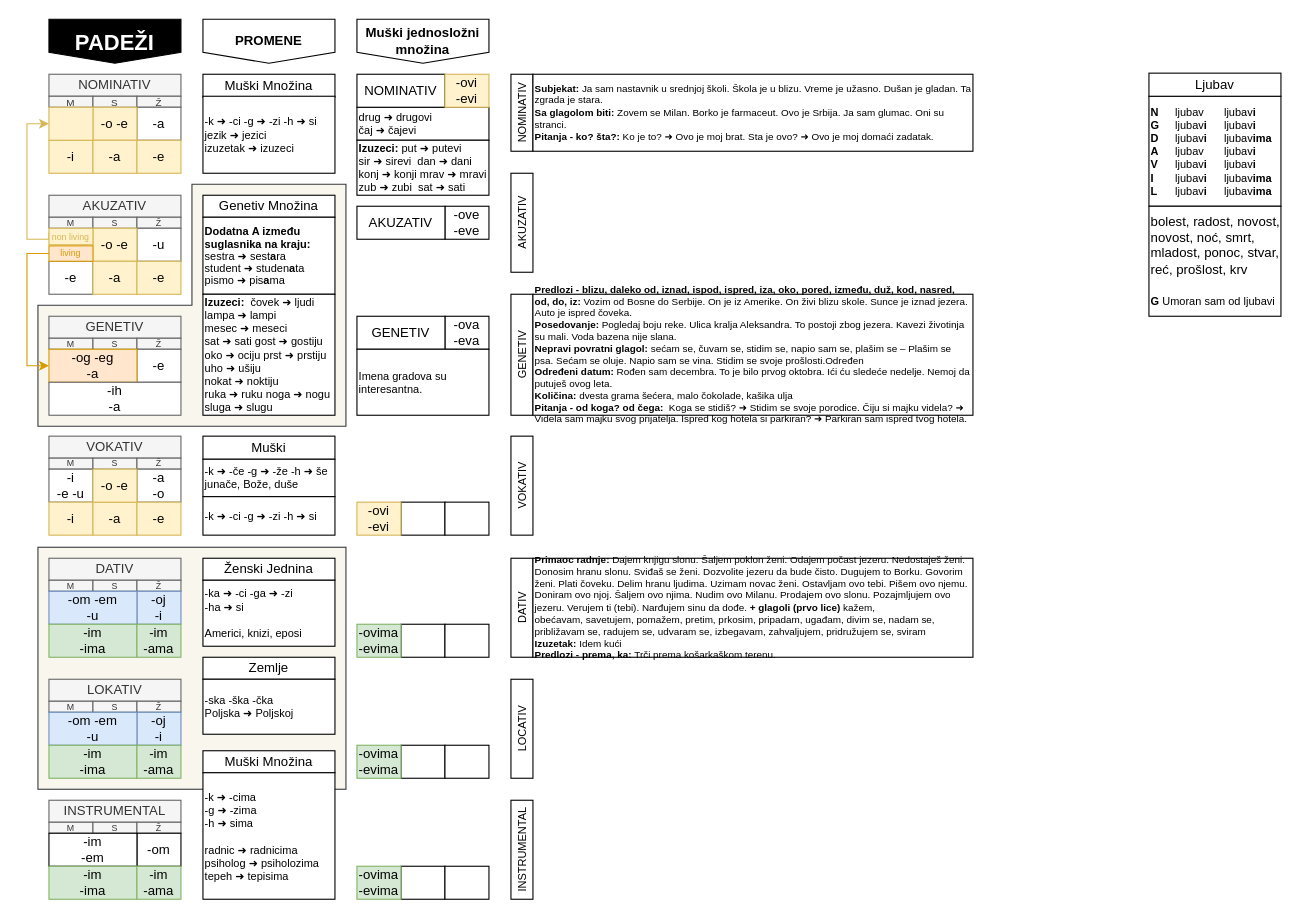
Before: padezi.drawio in vlandivir/srpski, a draw.io diagram. Source tidied: cells renumbered, new cells numbered last; positions are measured from the earlier drawing's top-left corner, leaving out a move shared by most shapes. Both pictures are drawn from the tidied source at 110%, with x=0, y=0 at pixel (26, 19).
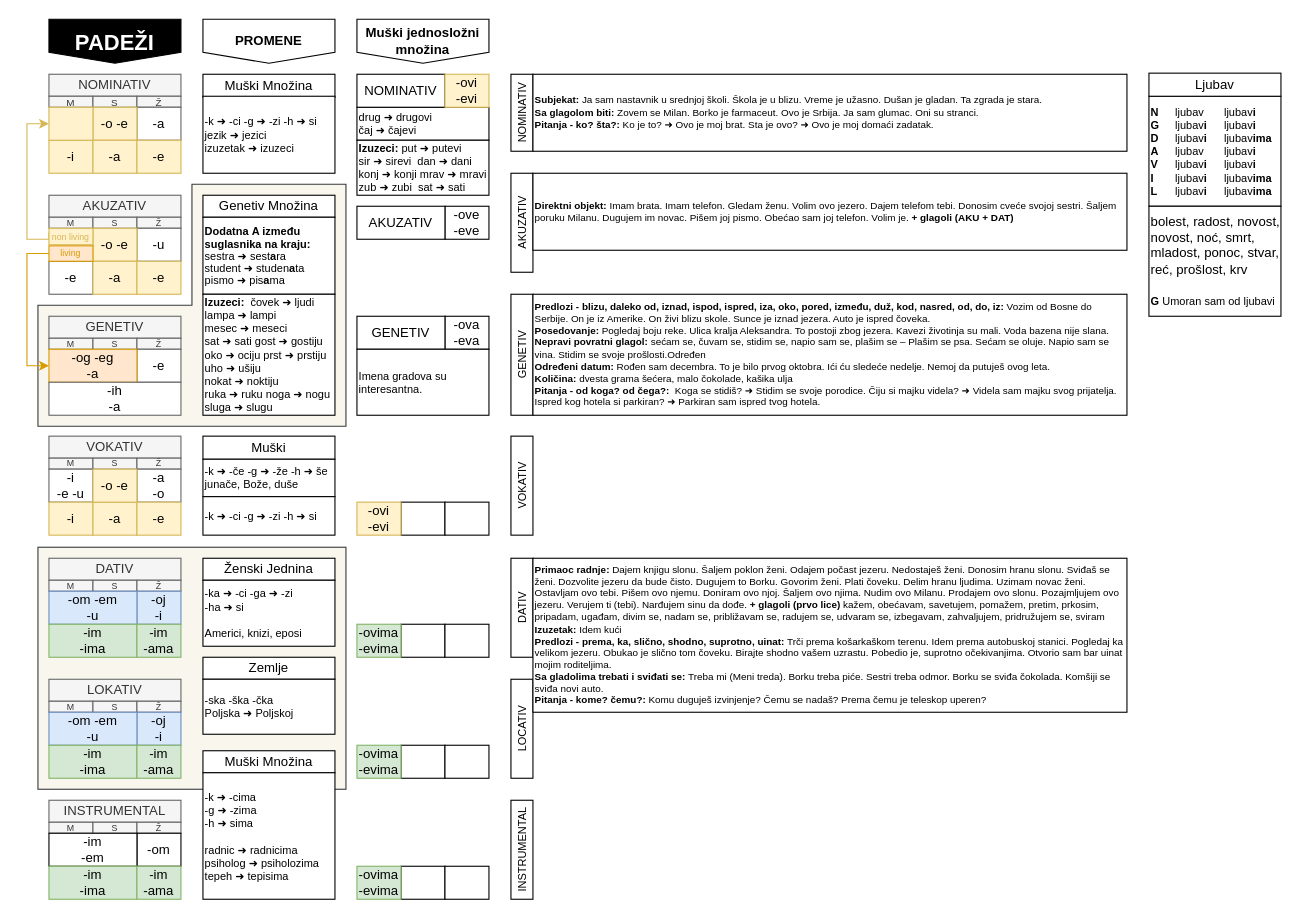
After the change.

Change to the diagram source:
```diff
@@
     <mxCell id="110" value="&lt;b style=&quot;font-size: 9px;&quot;&gt;Subjekat:&lt;/b&gt; Ja sam nastavnik u srednjoj školi. Škola je u blizu. Vreme je užasno. Dušan je gladan. Ta zgrada je stara. &lt;br style=&quot;font-size: 9px;&quot;&gt;&lt;b style=&quot;font-size: 9px;&quot;&gt;Sa glagolom biti: &lt;/b&gt;Zovem se Milan. Borko je farmaceut. Ovo je Srbija. Ja sam glumac. Oni su stranci.&lt;br style=&quot;font-size: 9px;&quot;&gt;&lt;b style=&quot;font-size: 9px;&quot;&gt;Pitanja - ko? šta?: &lt;/b&gt;Ko je to? ➜ Ovo je moj brat. Sta je ovo? ➜ Ovo je moj domaći zadatak.&amp;nbsp;" style="rounded=0;whiteSpace=wrap;html=1;align=left;fontSize=9;" parent="1" vertex="1">
-      <mxGeometry x="460" y="50" width="400" height="70" as="geometry" />
+      <mxGeometry x="460" y="50" width="540" height="70" as="geometry" />
     </mxCell>
@@
-    <mxCell id="114" value="&lt;b style=&quot;font-size: 9px;&quot;&gt;Predlozi -&amp;nbsp;&lt;/b&gt;&lt;b&gt;blizu, daleko od, iznad, ispod, ispred, iza, oko, pored, između, duž, kod, nasred, od, do, iz:&lt;/b&gt;&amp;nbsp;Vozim od Bosne do Serbije. On je iz Amerike. On živi blizu skole. Sunce je iznad jezera. Auto je ispred čoveka.&amp;nbsp;&lt;br style=&quot;font-size: 9px;&quot;&gt;&lt;b style=&quot;font-size: 9px;&quot;&gt;Posedovanje: &lt;/b&gt;Pogledaj boju reke. Ulica kralja Aleksandra. To postoji zbog jezera. Kavezi životinja su mali. Voda bazena nije slana.&lt;br style=&quot;font-size: 9px;&quot;&gt;&lt;b style=&quot;font-size: 9px;&quot;&gt;Nepravi povratni glagol: &lt;/b&gt;sećam se, čuvam se, stidim se, napio sam se, plašim se – Plašim se psa. Sećam se oluje. Napio sam se vina. Stidim se svoje prošlosti.Određen&lt;br style=&quot;font-size: 9px;&quot;&gt;&lt;b style=&quot;font-size: 9px;&quot;&gt;Određeni&lt;/b&gt;&amp;nbsp;&lt;b style=&quot;font-size: 9px;&quot;&gt;datum: &lt;/b&gt;Ro&lt;span style=&quot;border-color: var(--border-color); font-size: 9px;&quot;&gt;đen sam decembra. To je bilo prvog oktobra. Ići ću sledeće nedelje. Nemoj da putuješ ovog leta.&lt;br style=&quot;font-size: 9px;&quot;&gt;&lt;/span&gt;&lt;b style=&quot;font-size: 9px;&quot;&gt;Količina:&lt;/b&gt; dvesta grama šećera, malo čokolade, kašika ulja&lt;br style=&quot;font-size: 9px;&quot;&gt;&lt;b style=&quot;font-size: 9px;&quot;&gt;Pitanja - od koga? od čega:&amp;nbsp; &lt;/b&gt;Koga se stidiš? ➜ Stidim se svoje porodice. Čiju si majku videla? ➜ Videla sam majku svog prijatelja. Ispred kog hotela si parkiran? ➜ Parkiran sam ispred tvog hotela." style="rounded=0;whiteSpace=wrap;html=1;align=left;fontSize=9;" parent="1" vertex="1">
-      <mxGeometry x="460" y="250" width="400" height="110" as="geometry" />
+    <mxCell id="114" value="&lt;b style=&quot;font-size: 9px;&quot;&gt;Predlozi -&amp;nbsp;&lt;/b&gt;&lt;b&gt;blizu, daleko od, iznad, ispod, ispred, iza, oko, pored, između, duž, kod, nasred, od, do, iz:&lt;/b&gt;&amp;nbsp;Vozim od Bosne do Serbije. On je iz Amerike. On živi blizu skole. Sunce je iznad jezera. Auto je ispred čoveka.&amp;nbsp;&lt;br style=&quot;font-size: 9px;&quot;&gt;&lt;b style=&quot;font-size: 9px;&quot;&gt;Posedovanje: &lt;/b&gt;Pogledaj boju reke. Ulica kralja Aleksandra. To postoji zbog jezera. Kavezi životinja su mali. Voda bazena nije slana.&lt;br style=&quot;font-size: 9px;&quot;&gt;&lt;b style=&quot;font-size: 9px;&quot;&gt;Nepravi povratni glagol: &lt;/b&gt;sećam se, čuvam se, stidim se, napio sam se, plašim se – Plašim se psa. Sećam se oluje. Napio sam se vina. Stidim se svoje prošlosti.Određen&lt;br style=&quot;font-size: 9px;&quot;&gt;&lt;b style=&quot;font-size: 9px;&quot;&gt;Određeni&lt;/b&gt;&amp;nbsp;&lt;b style=&quot;font-size: 9px;&quot;&gt;datum: &lt;/b&gt;Ro&lt;span style=&quot;border-color: var(--border-color); font-size: 9px;&quot;&gt;đen sam decembra. To je bilo prvog oktobra. Ići ću sledeće nedelje. Nemoj da putuješ ovog leta.&lt;br style=&quot;font-size: 9px;&quot;&gt;&lt;/span&gt;&lt;b style=&quot;font-size: 9px;&quot;&gt;Količina:&lt;/b&gt; dvesta grama šećera, malo čokolade, kašika ulja&lt;br style=&quot;font-size: 9px;&quot;&gt;&lt;b style=&quot;font-size: 9px;&quot;&gt;Pitanja - od koga? od čega?:&amp;nbsp; &lt;/b&gt;Koga se stidiš? ➜ Stidim se svoje porodice. Čiju si majku videla? ➜ Videla sam majku svog prijatelja. Ispred kog hotela si parkiran? ➜ Parkiran sam ispred tvog hotela." style="rounded=0;whiteSpace=wrap;html=1;align=left;fontSize=9;" parent="1" vertex="1">
+      <mxGeometry x="460" y="250" width="540" height="110" as="geometry" />
     </mxCell>
@@
-    <mxCell id="118" value="&lt;b style=&quot;font-size: 9px;&quot;&gt;Primaoc radnje:&lt;/b&gt;&amp;nbsp;Dajem knjigu slonu. Šaljem poklon ženi. Odajem počast jezeru. Nedostaješ ženi. Donosim hranu slonu. Sviđaš se ženi. Dozvolite jezeru da bude čisto. Dugujem to Borku. Govorim ženi. Plati čoveku. Delim hranu ljudima. Uzimam novac ženi. Ostavljam ovo tebi. Pišem ovo njemu. Doniram ovo njoj. Šaljem ovo njima. Nudim ovo Milanu. Prodajem ovo slonu. Pozajmljujem ovo jezeru. Verujem ti (tebi). Narđujem sinu da dođe. &lt;b&gt;+ glagoli (prvo lice) &lt;/b&gt;kažem, obećavam,&amp;nbsp;savetujem, pomažem, pretim, prkosim, pripadam, ugađam, divim se, nadam se, približavam se, radujem se, udvaram se, izbegavam, zahvaljujem, pridružujem se, sviram&lt;br&gt;&lt;b&gt;Izuzetak: &lt;/b&gt;Idem kući&lt;br&gt;&lt;b&gt;Predlozi -&amp;nbsp;&lt;/b&gt;&lt;b style=&quot;border-color: var(--border-color);&quot;&gt;prema, ka&lt;/b&gt;&lt;b&gt;: &lt;/b&gt;Trči prema košarkaškom terenu.&lt;b&gt;&amp;nbsp;&lt;/b&gt;&amp;nbsp;" style="rounded=0;whiteSpace=wrap;html=1;align=left;fontSize=9;" parent="1" vertex="1">
-      <mxGeometry x="460" y="490" width="400" height="90" as="geometry" />
+    <mxCell id="118" value="&lt;b style=&quot;font-size: 9px;&quot;&gt;Primaoc radnje:&lt;/b&gt;&amp;nbsp;Dajem knjigu slonu. Šaljem poklon ženi. Odajem počast jezeru. Nedostaješ ženi. Donosim hranu slonu. Sviđaš se ženi. Dozvolite jezeru da bude čisto. Dugujem to Borku. Govorim ženi. Plati čoveku. Delim hranu ljudima. Uzimam novac ženi. Ostavljam ovo tebi. Pišem ovo njemu. Doniram ovo njoj. Šaljem ovo njima. Nudim ovo Milanu. Prodajem ovo slonu. Pozajmljujem ovo jezeru. Verujem ti (tebi). Narđujem sinu da dođe. &lt;b&gt;+ glagoli (prvo lice) &lt;/b&gt;kažem, obećavam,&amp;nbsp;savetujem, pomažem, pretim, prkosim, pripadam, ugađam, divim se, nadam se, približavam se, radujem se, udvaram se, izbegavam, zahvaljujem, pridružujem se, sviram&lt;br&gt;&lt;b&gt;Izuzetak: &lt;/b&gt;Idem kući&lt;br&gt;&lt;b&gt;Predlozi -&amp;nbsp;&lt;/b&gt;&lt;b style=&quot;border-color: var(--border-color);&quot;&gt;prema, ka, slično, shodno, suprotno, uinat&lt;/b&gt;&lt;b&gt;: &lt;/b&gt;Trči prema košarkaškom terenu. Idem prema autobuskoj stanici. Pogledaj ka velikom jezeru. Obukao je slično tom čoveku. Birajte shodno vašem uzrastu. Pobedio je, suprotno očekivanjima. Otvorio sam bar uinat mojim roditeljima.&lt;br&gt;&lt;b&gt;Sa gladolima trebati i sviđati se: &lt;/b&gt;Treba mi (Meni treda). Borku treba piće. Sestri treba odmor. Borku se sviđa čokolada. Komšiji se sviđa novi auto.&lt;div&gt;&lt;b style=&quot;border-color: var(--border-color);&quot;&gt;Pitanja - kome? čemu?: &lt;/b&gt;&lt;span style=&quot;border-color: var(--border-color);&quot;&gt;Komu duguješ izvinjenje? Čemu se nadaš? Prema čemu je teleskop uperen?&lt;/span&gt;&lt;br&gt;&lt;/div&gt;" style="rounded=0;whiteSpace=wrap;html=1;align=left;fontSize=9;" parent="1" vertex="1">
+      <mxGeometry x="460" y="490" width="540" height="140" as="geometry" />
     </mxCell>
+    <mxCell id="119" value="&lt;b&gt;Direktni objekt&lt;span style=&quot;font-size: 9px;&quot;&gt;:&lt;/span&gt;&lt;/b&gt;&amp;nbsp;Imam brata. Imam telefon. Gledam ženu. Volim ovo jezero. Dajem telefom tebi. Donosim cveće svojoj sestri. Šaljem poruku Milanu. Dugujem im novac. Pišem joj pismo. Obećao sam joj telefon. Volim je. &lt;b&gt;+ glagoli (AKU + DAT)&lt;/b&gt;" style="rounded=0;whiteSpace=wrap;html=1;align=left;fontSize=9;" parent="1" vertex="1">
+      <mxGeometry x="460" y="140" width="540" height="70" as="geometry" />
+    </mxCell>
```
